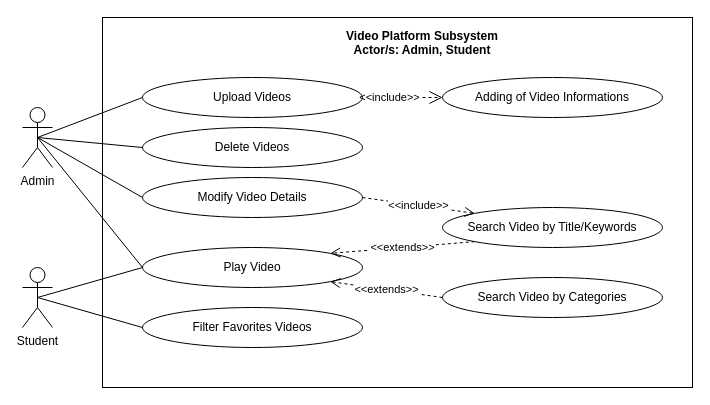
mrklglsn/CAPSTONE-FILES keeps this draw.io diagram as page "VSS" (4 of 10) of REVISIONS/UML-DIAGRAMS/6-28-2021/USE CASE/use case.drawio. Above is the earlier version. Source tidied: cells renumbered, new cells numbered last; positions are measured from the earlier drawing's top-left corner, leaving out a move shared by most shapes. Both pictures are drawn from the tidied source at 100%, with x=0, y=0 at pixel (22, 17).
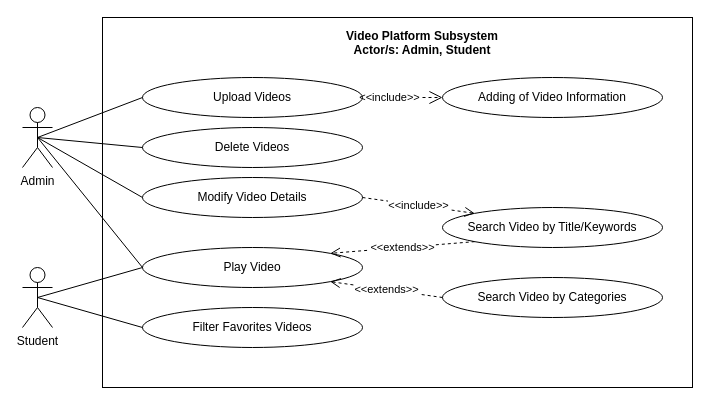
The same page after the edit.

The edit, as a diff of the source:
```diff
@@
-    <mxCell id="12" value="Adding of Video Informations" style="ellipse;whiteSpace=wrap;html=1;fillColor=none;" parent="1" vertex="1">
+    <mxCell id="12" value="Adding of Video Information" style="ellipse;whiteSpace=wrap;html=1;fillColor=none;" parent="1" vertex="1">
       <mxGeometry x="420" y="60" width="220" height="40" as="geometry" />
     </mxCell>
```
